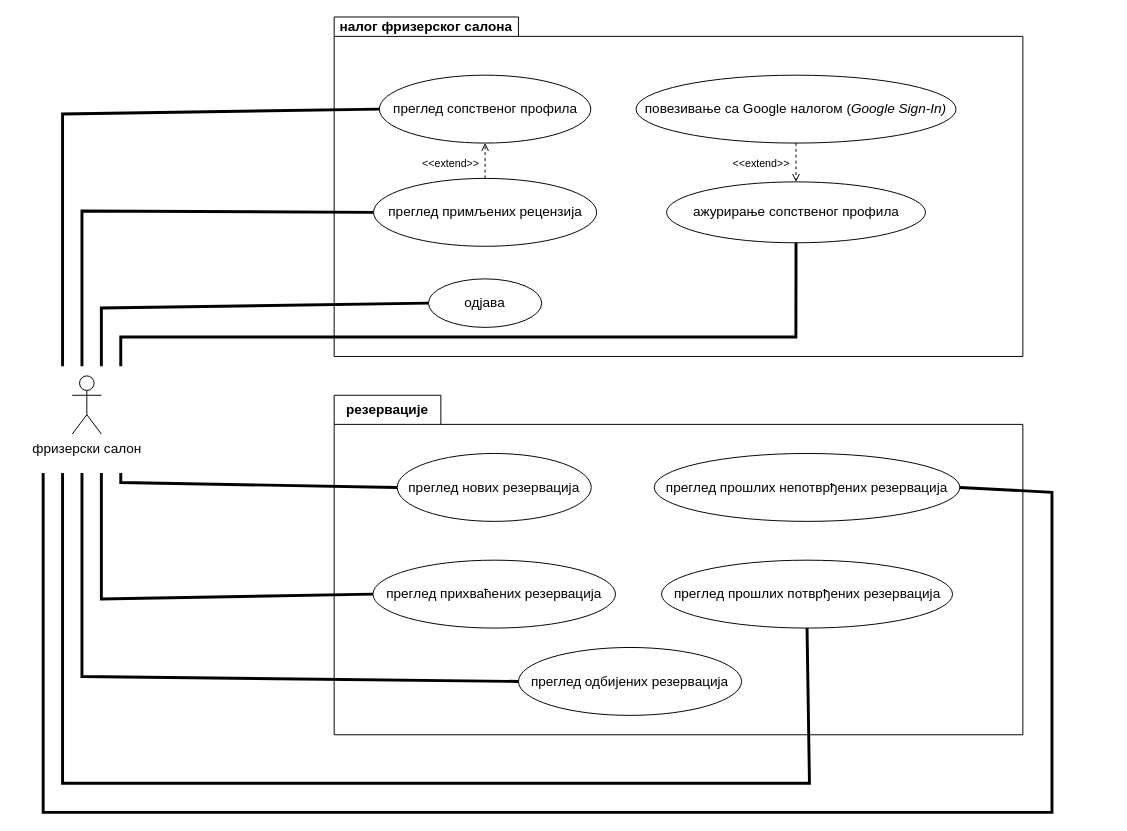
Before: drawio/diagrams/barber_use_case_diagram.drawio in PavleSarenac/thesis, a draw.io diagram. Source tidied: cells renumbered, new cells numbered last; positions are measured from the earlier drawing's top-left corner, leaving out a move shared by most shapes. Both pictures are drawn from the tidied source at 97%, with x=0, y=0 at pixel (43, 16).
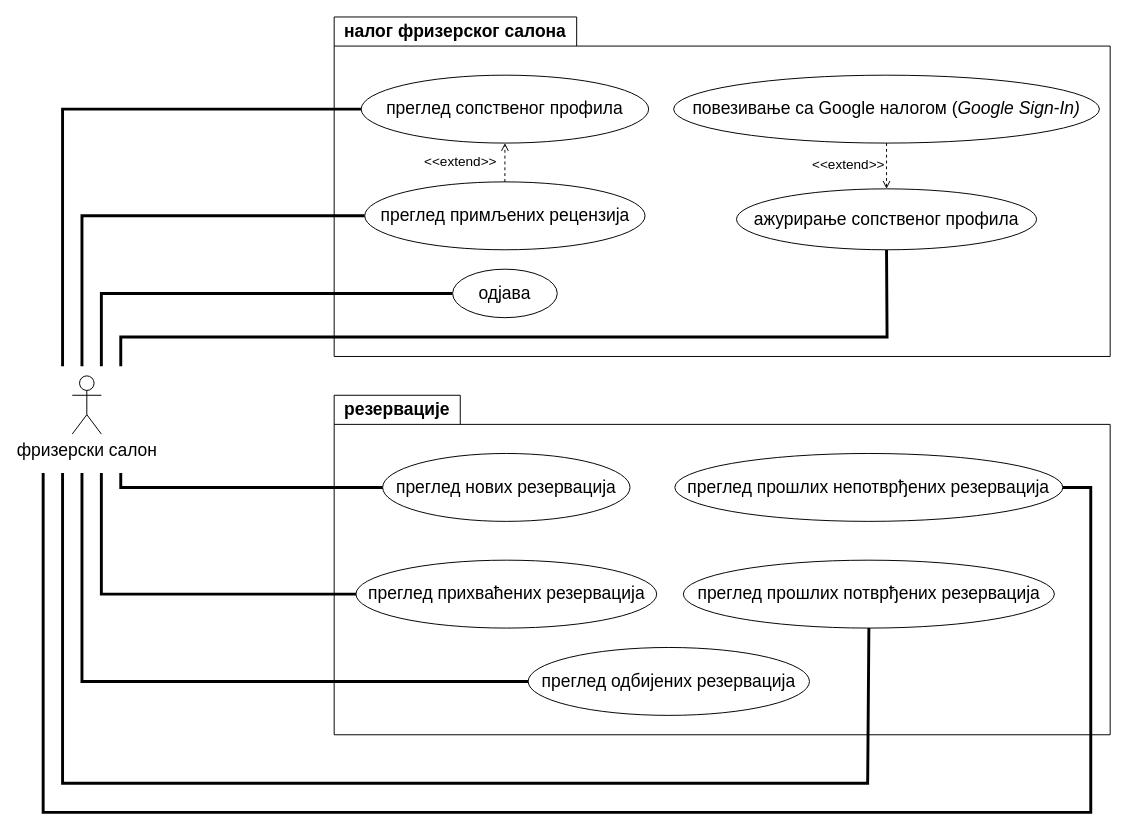
After the change.

The edit, as a diff of the source:
```diff
@@
-    <mxCell id="2" value="&lt;span style=&quot;font-size: 14px;&quot;&gt;фризерски салон&lt;/span&gt;" style="shape=umlActor;verticalLabelPosition=bottom;verticalAlign=top;html=1;" parent="1" vertex="1">
-      <mxGeometry x="30" y="370" width="30" height="60" as="geometry" />
-    </mxCell>
-    <mxCell id="3" value="&lt;font style=&quot;font-size: 14px;&quot;&gt;налог фризерског салона&lt;/font&gt;" style="shape=folder;fontStyle=1;tabWidth=190;tabHeight=20;tabPosition=left;html=1;boundedLbl=1;labelInHeader=1;whiteSpace=wrap;" parent="1" vertex="1">
-      <mxGeometry x="300" width="710" height="350" as="geometry" />
-    </mxCell>
-    <mxCell id="4" style="html=1;strokeColor=none;fillColor=none;whiteSpace=wrap;" parent="3" vertex="1">
-      <mxGeometry width="710" height="320" relative="1" as="geometry">
-        <mxPoint y="30" as="offset" />
-      </mxGeometry>
-    </mxCell>
-    <mxCell id="5" value="&lt;font style=&quot;font-size: 14px;&quot;&gt;преглед сопственог профила&lt;/font&gt;" style="ellipse;whiteSpace=wrap;html=1;" parent="3" vertex="1">
-      <mxGeometry x="46.6" y="60" width="218" height="70" as="geometry" />
-    </mxCell>
-    <mxCell id="6" value="&lt;font style=&quot;font-size: 14px;&quot;&gt;преглед примљених рецензија&lt;/font&gt;" style="ellipse;whiteSpace=wrap;html=1;" parent="3" vertex="1">
-      <mxGeometry x="40.6" y="166.4" width="230" height="70" as="geometry" />
-    </mxCell>
-    <mxCell id="7" value="&lt;font style=&quot;font-size: 14px;&quot;&gt;повезивање са Google налогом (&lt;i&gt;Google Sign-In)&lt;/i&gt;&lt;/font&gt;" style="ellipse;whiteSpace=wrap;html=1;" parent="3" vertex="1">
-      <mxGeometry x="311.2" y="60" width="329.9" height="70" as="geometry" />
-    </mxCell>
-    <mxCell id="8" value="&lt;span style=&quot;font-size: 14px;&quot;&gt;ажурирање сопственог профила&lt;/span&gt;" style="ellipse;whiteSpace=wrap;html=1;" parent="3" vertex="1">
-      <mxGeometry x="342.7" y="170" width="266.9" height="62.8" as="geometry" />
-    </mxCell>
-    <mxCell id="9" value="&lt;font style=&quot;font-size: 14px;&quot;&gt;одјава&lt;/font&gt;" style="ellipse;whiteSpace=wrap;html=1;" parent="3" vertex="1">
-      <mxGeometry x="97.2" y="270" width="116.8" height="50" as="geometry" />
-    </mxCell>
-    <mxCell id="10" value="&amp;lt;&amp;lt;extend&amp;gt;&amp;gt;" style="html=1;verticalAlign=bottom;labelBackgroundColor=none;endArrow=open;endFill=0;dashed=1;rounded=0;exitX=0.5;exitY=1;exitDx=0;exitDy=0;entryX=0.5;entryY=0;entryDx=0;entryDy=0;" parent="3" edge="1" source="7" target="8">
-      <mxGeometry x="0.5" y="-36" relative="1" as="geometry" />
-    </mxCell>
-    <mxCell id="11" value="&amp;lt;&amp;lt;extend&amp;gt;&amp;gt;" style="html=1;verticalAlign=bottom;labelBackgroundColor=none;endArrow=open;endFill=0;dashed=1;rounded=0;exitX=0.5;exitY=0;exitDx=0;exitDy=0;entryX=0.5;entryY=1;entryDx=0;entryDy=0;" parent="3" edge="1" source="6" target="5">
-      <mxGeometry x="-0.65" y="36" relative="1" as="geometry" />
-    </mxCell>
+    <mxCell id="28" style="group;" parent="1" vertex="1">
+      <mxGeometry x="300" y="390" width="800" height="380" as="geometry" />
+    </mxCell>
-    <mxCell id="12" value="&lt;font style=&quot;font-size: 14px;&quot;&gt;резервације&lt;/font&gt;" style="shape=folder;fontStyle=1;tabWidth=110;tabHeight=30;tabPosition=left;html=1;boundedLbl=1;labelInHeader=1;whiteSpace=wrap;" parent="1" vertex="1">
-      <mxGeometry x="300" y="390" width="710" height="350" as="geometry" />
+    <mxCell id="12" value="&lt;font style=&quot;font-size: 18px;&quot;&gt;резервације&lt;/font&gt;" style="shape=folder;fontStyle=1;tabWidth=130;tabHeight=30;tabPosition=left;html=1;boundedLbl=1;labelInHeader=1;whiteSpace=wrap;" parent="28" vertex="1">
+      <mxGeometry width="800" height="350" as="geometry" />
     </mxCell>
-    <mxCell id="13" style="html=1;strokeColor=none;fillColor=none;whiteSpace=wrap;" parent="12" vertex="1">
-      <mxGeometry width="710" height="320" relative="1" as="geometry">
+    <mxCell id="13" style="html=1;strokeColor=none;fillColor=none;whiteSpace=wrap;" parent="28" vertex="1">
+      <mxGeometry y="30" width="710" height="320" as="geometry">
         <mxPoint y="30" as="offset" />
       </mxGeometry>
     </mxCell>
-    <mxCell id="14" value="&lt;font style=&quot;font-size: 14px;&quot;&gt;преглед прихваћених резервација&lt;/font&gt;" style="ellipse;whiteSpace=wrap;html=1;" parent="12" vertex="1">
-      <mxGeometry x="40" y="170" width="250" height="70" as="geometry" />
+    <mxCell id="14" value="&lt;font style=&quot;font-size: 18px;&quot;&gt;преглед прихваћених резервација&lt;/font&gt;" style="ellipse;whiteSpace=wrap;html=1;" parent="28" vertex="1">
+      <mxGeometry x="22.5" y="170" width="310" height="70" as="geometry" />
     </mxCell>
-    <mxCell id="15" value="&lt;font style=&quot;font-size: 14px;&quot;&gt;преглед прошлих непотврђених резервација&lt;/font&gt;" style="ellipse;whiteSpace=wrap;html=1;" parent="12" vertex="1">
-      <mxGeometry x="330" y="60" width="315" height="70" as="geometry" />
+    <mxCell id="15" value="&lt;font style=&quot;font-size: 18px;&quot;&gt;преглед прошлих непотврђених резервација&lt;/font&gt;" style="ellipse;whiteSpace=wrap;html=1;" parent="28" vertex="1">
+      <mxGeometry x="351.2" y="60" width="400" height="70" as="geometry" />
     </mxCell>
-    <mxCell id="16" value="&lt;font style=&quot;font-size: 14px;&quot;&gt;преглед одбијених резервација&lt;/font&gt;" style="ellipse;whiteSpace=wrap;html=1;" parent="12" vertex="1">
-      <mxGeometry x="190" y="260" width="230" height="70" as="geometry" />
+    <mxCell id="16" value="&lt;font style=&quot;font-size: 18px;&quot;&gt;преглед одбијених резервација&lt;/font&gt;" style="ellipse;whiteSpace=wrap;html=1;" parent="28" vertex="1">
+      <mxGeometry x="200" y="260" width="290" height="70" as="geometry" />
     </mxCell>
-    <mxCell id="17" value="&lt;font style=&quot;font-size: 14px;&quot;&gt;преглед прошлих потврђених резервација&lt;/font&gt;" style="ellipse;whiteSpace=wrap;html=1;" parent="12" vertex="1">
-      <mxGeometry x="337.5" y="170" width="300" height="70" as="geometry" />
+    <mxCell id="17" value="&lt;font style=&quot;font-size: 18px;&quot;&gt;преглед прошлих потврђених резервација&lt;/font&gt;" style="ellipse;whiteSpace=wrap;html=1;" parent="28" vertex="1">
+      <mxGeometry x="360" y="170" width="382.5" height="70" as="geometry" />
     </mxCell>
-    <mxCell id="18" value="&lt;font style=&quot;font-size: 14px;&quot;&gt;преглед нових резервација&lt;/font&gt;" style="ellipse;whiteSpace=wrap;html=1;" parent="12" vertex="1">
-      <mxGeometry x="65" y="60" width="200" height="70" as="geometry" />
+    <mxCell id="18" value="&lt;font style=&quot;font-size: 18px;&quot;&gt;преглед нових резервација&lt;/font&gt;" style="ellipse;whiteSpace=wrap;html=1;" parent="28" vertex="1">
+      <mxGeometry x="50" y="60" width="255" height="70" as="geometry" />
     </mxCell>
+    <mxCell id="2" value="&lt;font style=&quot;font-size: 18px;&quot;&gt;фризерски салон&lt;/font&gt;" style="shape=umlActor;verticalLabelPosition=bottom;verticalAlign=top;html=1;" parent="1" vertex="1">
+      <mxGeometry x="30" y="370" width="30" height="60" as="geometry" />
+    </mxCell>
+    <mxCell id="3" value="&lt;font style=&quot;font-size: 18px;&quot;&gt;налог фризерског салона&lt;/font&gt;" style="shape=folder;fontStyle=1;tabWidth=250;tabHeight=30;tabPosition=left;html=1;boundedLbl=1;labelInHeader=1;whiteSpace=wrap;" parent="1" vertex="1">
+      <mxGeometry x="300" width="800" height="350" as="geometry" />
+    </mxCell>
     <mxCell id="19" style="endArrow=none;startArrow=none;endFill=0;startFill=0;endSize=8;html=1;verticalAlign=bottom;labelBackgroundColor=none;strokeWidth=3;rounded=0;entryX=0;entryY=0.5;entryDx=0;entryDy=0;" parent="1" edge="1" target="5">
       <mxGeometry relative="1" as="geometry">
         <mxPoint x="20" y="360" as="sourcePoint" />
         <Array as="points">
-          <mxPoint x="20" y="100" />
+          <mxPoint x="20" y="95" />
         </Array>
       </mxGeometry>
     </mxCell>
     <mxCell id="20" style="endArrow=none;startArrow=none;endFill=0;startFill=0;endSize=8;html=1;verticalAlign=bottom;labelBackgroundColor=none;strokeWidth=3;rounded=0;entryX=0;entryY=0.5;entryDx=0;entryDy=0;" parent="1" edge="1" target="6">
       <mxGeometry relative="1" as="geometry">
         <mxPoint x="40" y="360" as="sourcePoint" />
         <Array as="points">
-          <mxPoint x="40" y="200" />
+          <mxPoint x="40" y="205" />
         </Array>
       </mxGeometry>
     </mxCell>
     <mxCell id="21" style="endArrow=none;startArrow=none;endFill=0;startFill=0;endSize=8;html=1;verticalAlign=bottom;labelBackgroundColor=none;strokeWidth=3;rounded=0;entryX=0;entryY=0.5;entryDx=0;entryDy=0;" parent="1" edge="1" target="9">
       <mxGeometry relative="1" as="geometry">
         <mxPoint x="60" y="360" as="sourcePoint" />
         <Array as="points">
-          <mxPoint x="60" y="300" />
+          <mxPoint x="60" y="285" />
         </Array>
       </mxGeometry>
     </mxCell>
     <mxCell id="22" style="endArrow=none;startArrow=none;endFill=0;startFill=0;endSize=8;html=1;verticalAlign=bottom;labelBackgroundColor=none;strokeWidth=3;rounded=0;entryX=0.5;entryY=1;entryDx=0;entryDy=0;" parent="1" edge="1" target="8">
       <mxGeometry relative="1" as="geometry">
         <mxPoint x="80" y="360" as="sourcePoint" />
         <Array as="points">
           <mxPoint x="80" y="330" />
-          <mxPoint x="776" y="330" />
+          <mxPoint x="870" y="330" />
         </Array>
       </mxGeometry>
     </mxCell>
     <mxCell id="23" style="endArrow=none;startArrow=none;endFill=0;startFill=0;endSize=8;html=1;verticalAlign=bottom;labelBackgroundColor=none;strokeWidth=3;rounded=0;entryX=0;entryY=0.5;entryDx=0;entryDy=0;" parent="1" edge="1" target="18">
       <mxGeometry relative="1" as="geometry">
         <mxPoint x="80" y="470" as="sourcePoint" />
         <Array as="points">
-          <mxPoint x="80" y="480" />
+          <mxPoint x="80" y="485" />
         </Array>
       </mxGeometry>
     </mxCell>
     <mxCell id="24" style="endArrow=none;startArrow=none;endFill=0;startFill=0;endSize=8;html=1;verticalAlign=bottom;labelBackgroundColor=none;strokeWidth=3;rounded=0;entryX=0;entryY=0.5;entryDx=0;entryDy=0;" parent="1" edge="1" target="14">
       <mxGeometry relative="1" as="geometry">
         <mxPoint x="60" y="470" as="sourcePoint" />
         <Array as="points">
-          <mxPoint x="60" y="600" />
+          <mxPoint x="60" y="595" />
         </Array>
       </mxGeometry>
     </mxCell>
     <mxCell id="25" style="endArrow=none;startArrow=none;endFill=0;startFill=0;endSize=8;html=1;verticalAlign=bottom;labelBackgroundColor=none;strokeWidth=3;rounded=0;entryX=0;entryY=0.5;entryDx=0;entryDy=0;" parent="1" edge="1" target="16">
       <mxGeometry relative="1" as="geometry">
         <mxPoint x="40" y="470" as="sourcePoint" />
         <Array as="points">
-          <mxPoint x="40" y="680" />
+          <mxPoint x="40" y="685" />
         </Array>
       </mxGeometry>
     </mxCell>
     <mxCell id="26" style="endArrow=none;startArrow=none;endFill=0;startFill=0;endSize=8;html=1;verticalAlign=bottom;labelBackgroundColor=none;strokeWidth=3;rounded=0;entryX=0.5;entryY=1;entryDx=0;entryDy=0;" parent="1" edge="1" target="17">
       <mxGeometry relative="1" as="geometry">
         <mxPoint x="20" y="470" as="sourcePoint" />
         <Array as="points">
           <mxPoint x="20" y="790" />
-          <mxPoint x="790" y="790" />
+          <mxPoint x="850" y="790" />
         </Array>
       </mxGeometry>
     </mxCell>
     <mxCell id="27" style="endArrow=none;startArrow=none;endFill=0;startFill=0;endSize=8;html=1;verticalAlign=bottom;labelBackgroundColor=none;strokeWidth=3;rounded=0;entryX=1;entryY=0.5;entryDx=0;entryDy=0;" parent="1" edge="1" target="15">
       <mxGeometry relative="1" as="geometry">
         <mxPoint y="470" as="sourcePoint" />
         <Array as="points">
           <mxPoint y="820" />
-          <mxPoint x="1040" y="820" />
-          <mxPoint x="1040" y="490" />
+          <mxPoint x="1080" y="820" />
+          <mxPoint x="1080" y="485" />
         </Array>
       </mxGeometry>
     </mxCell>
+    <mxCell id="4" style="html=1;strokeColor=none;fillColor=none;whiteSpace=wrap;" parent="1" vertex="1">
+      <mxGeometry x="300" y="30" width="800" height="320" as="geometry">
+        <mxPoint y="30" as="offset" />
+      </mxGeometry>
+    </mxCell>
+    <mxCell id="5" value="&lt;font style=&quot;font-size: 18px;&quot;&gt;преглед сопственог профила&lt;/font&gt;" style="ellipse;whiteSpace=wrap;html=1;" parent="1" vertex="1">
+      <mxGeometry x="327.9" y="60" width="296.3" height="70" as="geometry" />
+    </mxCell>
+    <mxCell id="6" value="&lt;font style=&quot;font-size: 18px;&quot;&gt;преглед примљених рецензија&lt;/font&gt;" style="ellipse;whiteSpace=wrap;html=1;" parent="1" vertex="1">
+      <mxGeometry x="331.5" y="170" width="289" height="70" as="geometry" />
+    </mxCell>
+    <mxCell id="7" value="&lt;font style=&quot;font-size: 18px;&quot;&gt;повезивање са Google налогом (&lt;i style=&quot;&quot;&gt;Google Sign-In)&lt;/i&gt;&lt;/font&gt;" style="ellipse;whiteSpace=wrap;html=1;" parent="1" vertex="1">
+      <mxGeometry x="650" y="60" width="438.9" height="70" as="geometry" />
+    </mxCell>
+    <mxCell id="8" value="&lt;font style=&quot;font-size: 18px;&quot;&gt;ажурирање сопственог профила&lt;/font&gt;" style="ellipse;whiteSpace=wrap;html=1;" parent="1" vertex="1">
+      <mxGeometry x="714.8" y="177.2" width="309.3" height="62.8" as="geometry" />
+    </mxCell>
+    <mxCell id="9" value="&lt;font style=&quot;font-size: 18px;&quot;&gt;одјава&lt;/font&gt;" style="ellipse;whiteSpace=wrap;html=1;" parent="1" vertex="1">
+      <mxGeometry x="422.1" y="260" width="107.9" height="50" as="geometry" />
+    </mxCell>
+    <mxCell id="10" value="&lt;font style=&quot;font-size: 14px;&quot;&gt;&amp;lt;&amp;lt;extend&amp;gt;&amp;gt;&lt;/font&gt;" style="html=1;verticalAlign=bottom;labelBackgroundColor=none;endArrow=open;endFill=0;dashed=1;rounded=0;exitX=0.5;exitY=1;exitDx=0;exitDy=0;entryX=0.5;entryY=0;entryDx=0;entryDy=0;" parent="1" edge="1" source="7" target="8">
+      <mxGeometry x="0.38" y="-39" relative="1" as="geometry" />
+    </mxCell>
+    <mxCell id="11" value="&lt;font style=&quot;font-size: 14px;&quot;&gt;&amp;lt;&amp;lt;extend&amp;gt;&amp;gt;&lt;/font&gt;" style="html=1;verticalAlign=bottom;labelBackgroundColor=none;endArrow=open;endFill=0;dashed=1;rounded=0;exitX=0.5;exitY=0;exitDx=0;exitDy=0;entryX=0.5;entryY=1;entryDx=0;entryDy=0;" parent="1" edge="1" source="6" target="5">
+      <mxGeometry x="-0.5" y="46" relative="1" as="geometry" />
+    </mxCell>
```
